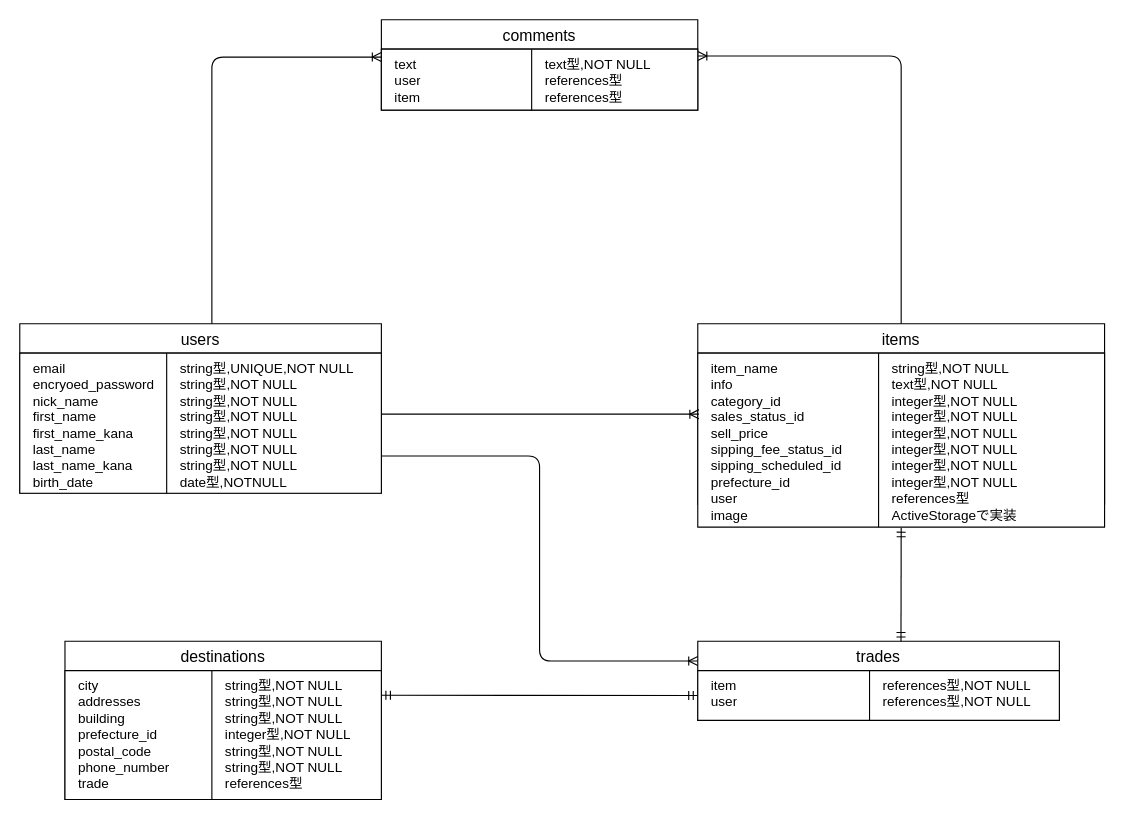
Earlier version of the draw.io diagram furima-32347.dio (vnork/furima-32347). Source tidied: cells renumbered, new cells numbered last; positions are measured from the earlier drawing's top-left corner, leaving out a move shared by most shapes. Both pictures are drawn from the tidied source at 113%, with x=0, y=0 at pixel (19, 19).
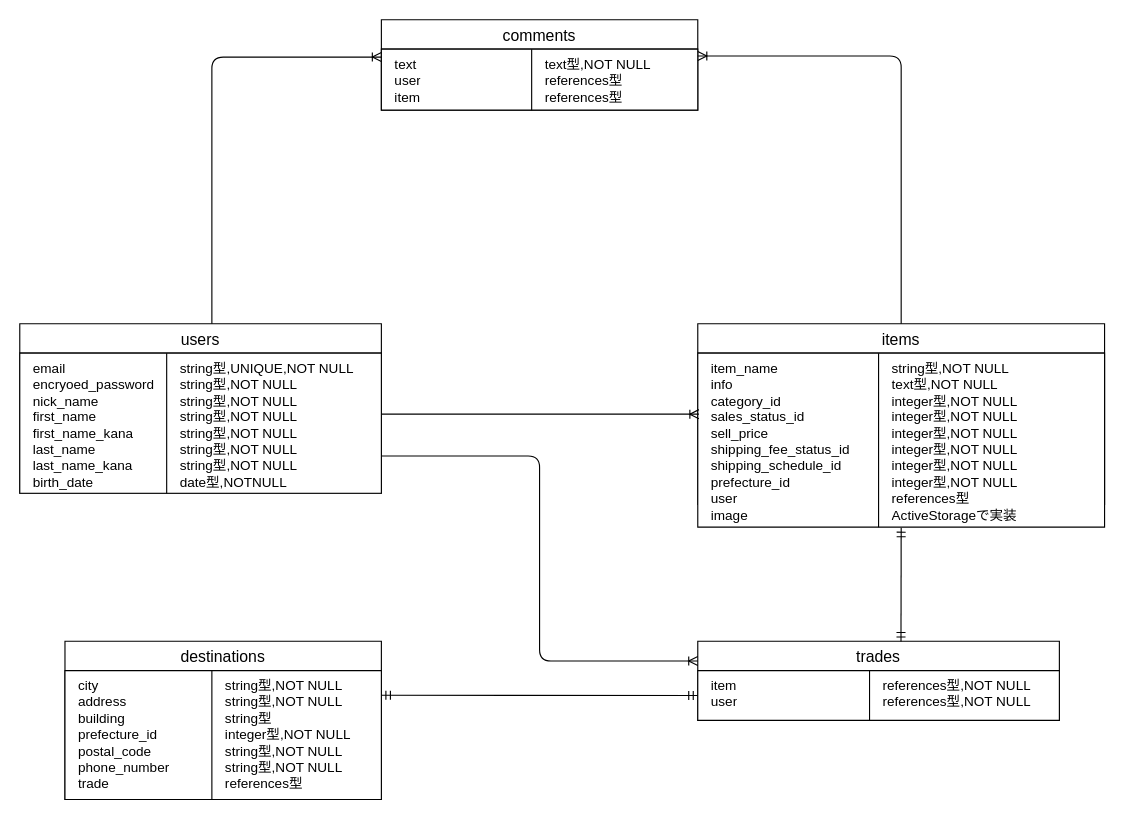
After the change.

Commit message:
データベース設計修正8

Unchanged cells that the change refers to:
```xml
<mxCell id="9" style="shape=partialRectangle;html=1;whiteSpace=wrap;fillColor=none;top=0;left=0;bottom=0;right=0;points=[[0,0.5],[1,0.5]];portConstraint=eastwest;spacingLeft=2;" parent="8" vertex="1">
  <mxGeometry width="360" height="154" as="geometry" />
</mxCell>
<mxCell id="14" style="shape=partialRectangle;html=1;whiteSpace=wrap;fillColor=none;top=0;left=0;bottom=0;right=0;points=[[0,0.5],[1,0.5]];portConstraint=eastwest;spacingLeft=2;" parent="13" vertex="1">
  <mxGeometry width="280" height="114" as="geometry" />
</mxCell>
```

Diff of the diagram source:
```diff
@@
-    <mxCell id="10" value="item_name&lt;br&gt;info&lt;br&gt;category_id&lt;br&gt;sales_status_id&lt;br&gt;sell_price&lt;br&gt;sipping_fee_status_id&lt;br&gt;sipping_scheduled_id&lt;br&gt;prefecture_id&lt;br&gt;user&lt;br&gt;image" style="shape=partialRectangle;html=1;whiteSpace=wrap;overflow=hidden;fillColor=none;top=0;left=0;bottom=0;right=0;align=left;spacingLeft=10;verticalAlign=top;" parent="9" vertex="1">
+    <mxCell id="10" value="item_name&lt;br&gt;info&lt;br&gt;category_id&lt;br&gt;sales_status_id&lt;br&gt;sell_price&lt;br&gt;shipping_fee_status_id&lt;br&gt;shipping_schedule_id&lt;br&gt;prefecture_id&lt;br&gt;user&lt;br&gt;image" style="shape=partialRectangle;html=1;whiteSpace=wrap;overflow=hidden;fillColor=none;top=0;left=0;bottom=0;right=0;align=left;spacingLeft=10;verticalAlign=top;" parent="9" vertex="1">
       <mxGeometry width="160" height="154" as="geometry" />
     </mxCell>
@@
-    <mxCell id="15" value="city&lt;br style=&quot;padding: 0px ; margin: 0px&quot;&gt;addresses&lt;br&gt;building&lt;br&gt;prefecture_id&lt;br&gt;postal_code&lt;br style=&quot;padding: 0px ; margin: 0px&quot;&gt;phone_number&lt;span&gt;&lt;br&gt;trade&lt;br&gt;&lt;/span&gt;&lt;span&gt;&lt;br&gt;&lt;br&gt;&lt;/span&gt;" style="shape=partialRectangle;html=1;whiteSpace=wrap;overflow=hidden;fillColor=none;top=0;left=0;bottom=0;right=0;align=left;spacingLeft=10;verticalAlign=top;" parent="14" vertex="1">
+    <mxCell id="15" value="city&lt;br style=&quot;padding: 0px ; margin: 0px&quot;&gt;address&lt;br&gt;building&lt;br&gt;prefecture_id&lt;br&gt;postal_code&lt;br style=&quot;padding: 0px ; margin: 0px&quot;&gt;phone_number&lt;span&gt;&lt;br&gt;trade&lt;br&gt;&lt;/span&gt;&lt;span&gt;&lt;br&gt;&lt;br&gt;&lt;/span&gt;" style="shape=partialRectangle;html=1;whiteSpace=wrap;overflow=hidden;fillColor=none;top=0;left=0;bottom=0;right=0;align=left;spacingLeft=10;verticalAlign=top;" parent="14" vertex="1">
       <mxGeometry width="130" height="114" as="geometry" />
     </mxCell>
-    <mxCell id="16" value="string型,NOT NULL&lt;br&gt;string型,NOT NULL&lt;br&gt;string型,NOT NULL&lt;br&gt;integer型,NOT NULL&lt;br&gt;string型,NOT NULL&lt;br&gt;string型,NOT NULL&lt;br&gt;references型" style="shape=partialRectangle;html=1;whiteSpace=wrap;overflow=hidden;fillColor=none;top=0;left=0;bottom=0;right=0;align=left;spacingLeft=10;verticalAlign=top;" parent="14" vertex="1">
+    <mxCell id="16" value="string型,NOT NULL&lt;br&gt;string型,NOT NULL&lt;br&gt;string型&lt;br&gt;integer型,NOT NULL&lt;br&gt;string型,NOT NULL&lt;br&gt;string型,NOT NULL&lt;br&gt;references型" style="shape=partialRectangle;html=1;whiteSpace=wrap;overflow=hidden;fillColor=none;top=0;left=0;bottom=0;right=0;align=left;spacingLeft=10;verticalAlign=top;" parent="14" vertex="1">
       <mxGeometry x="130" width="150" height="114" as="geometry" />
     </mxCell>
```
